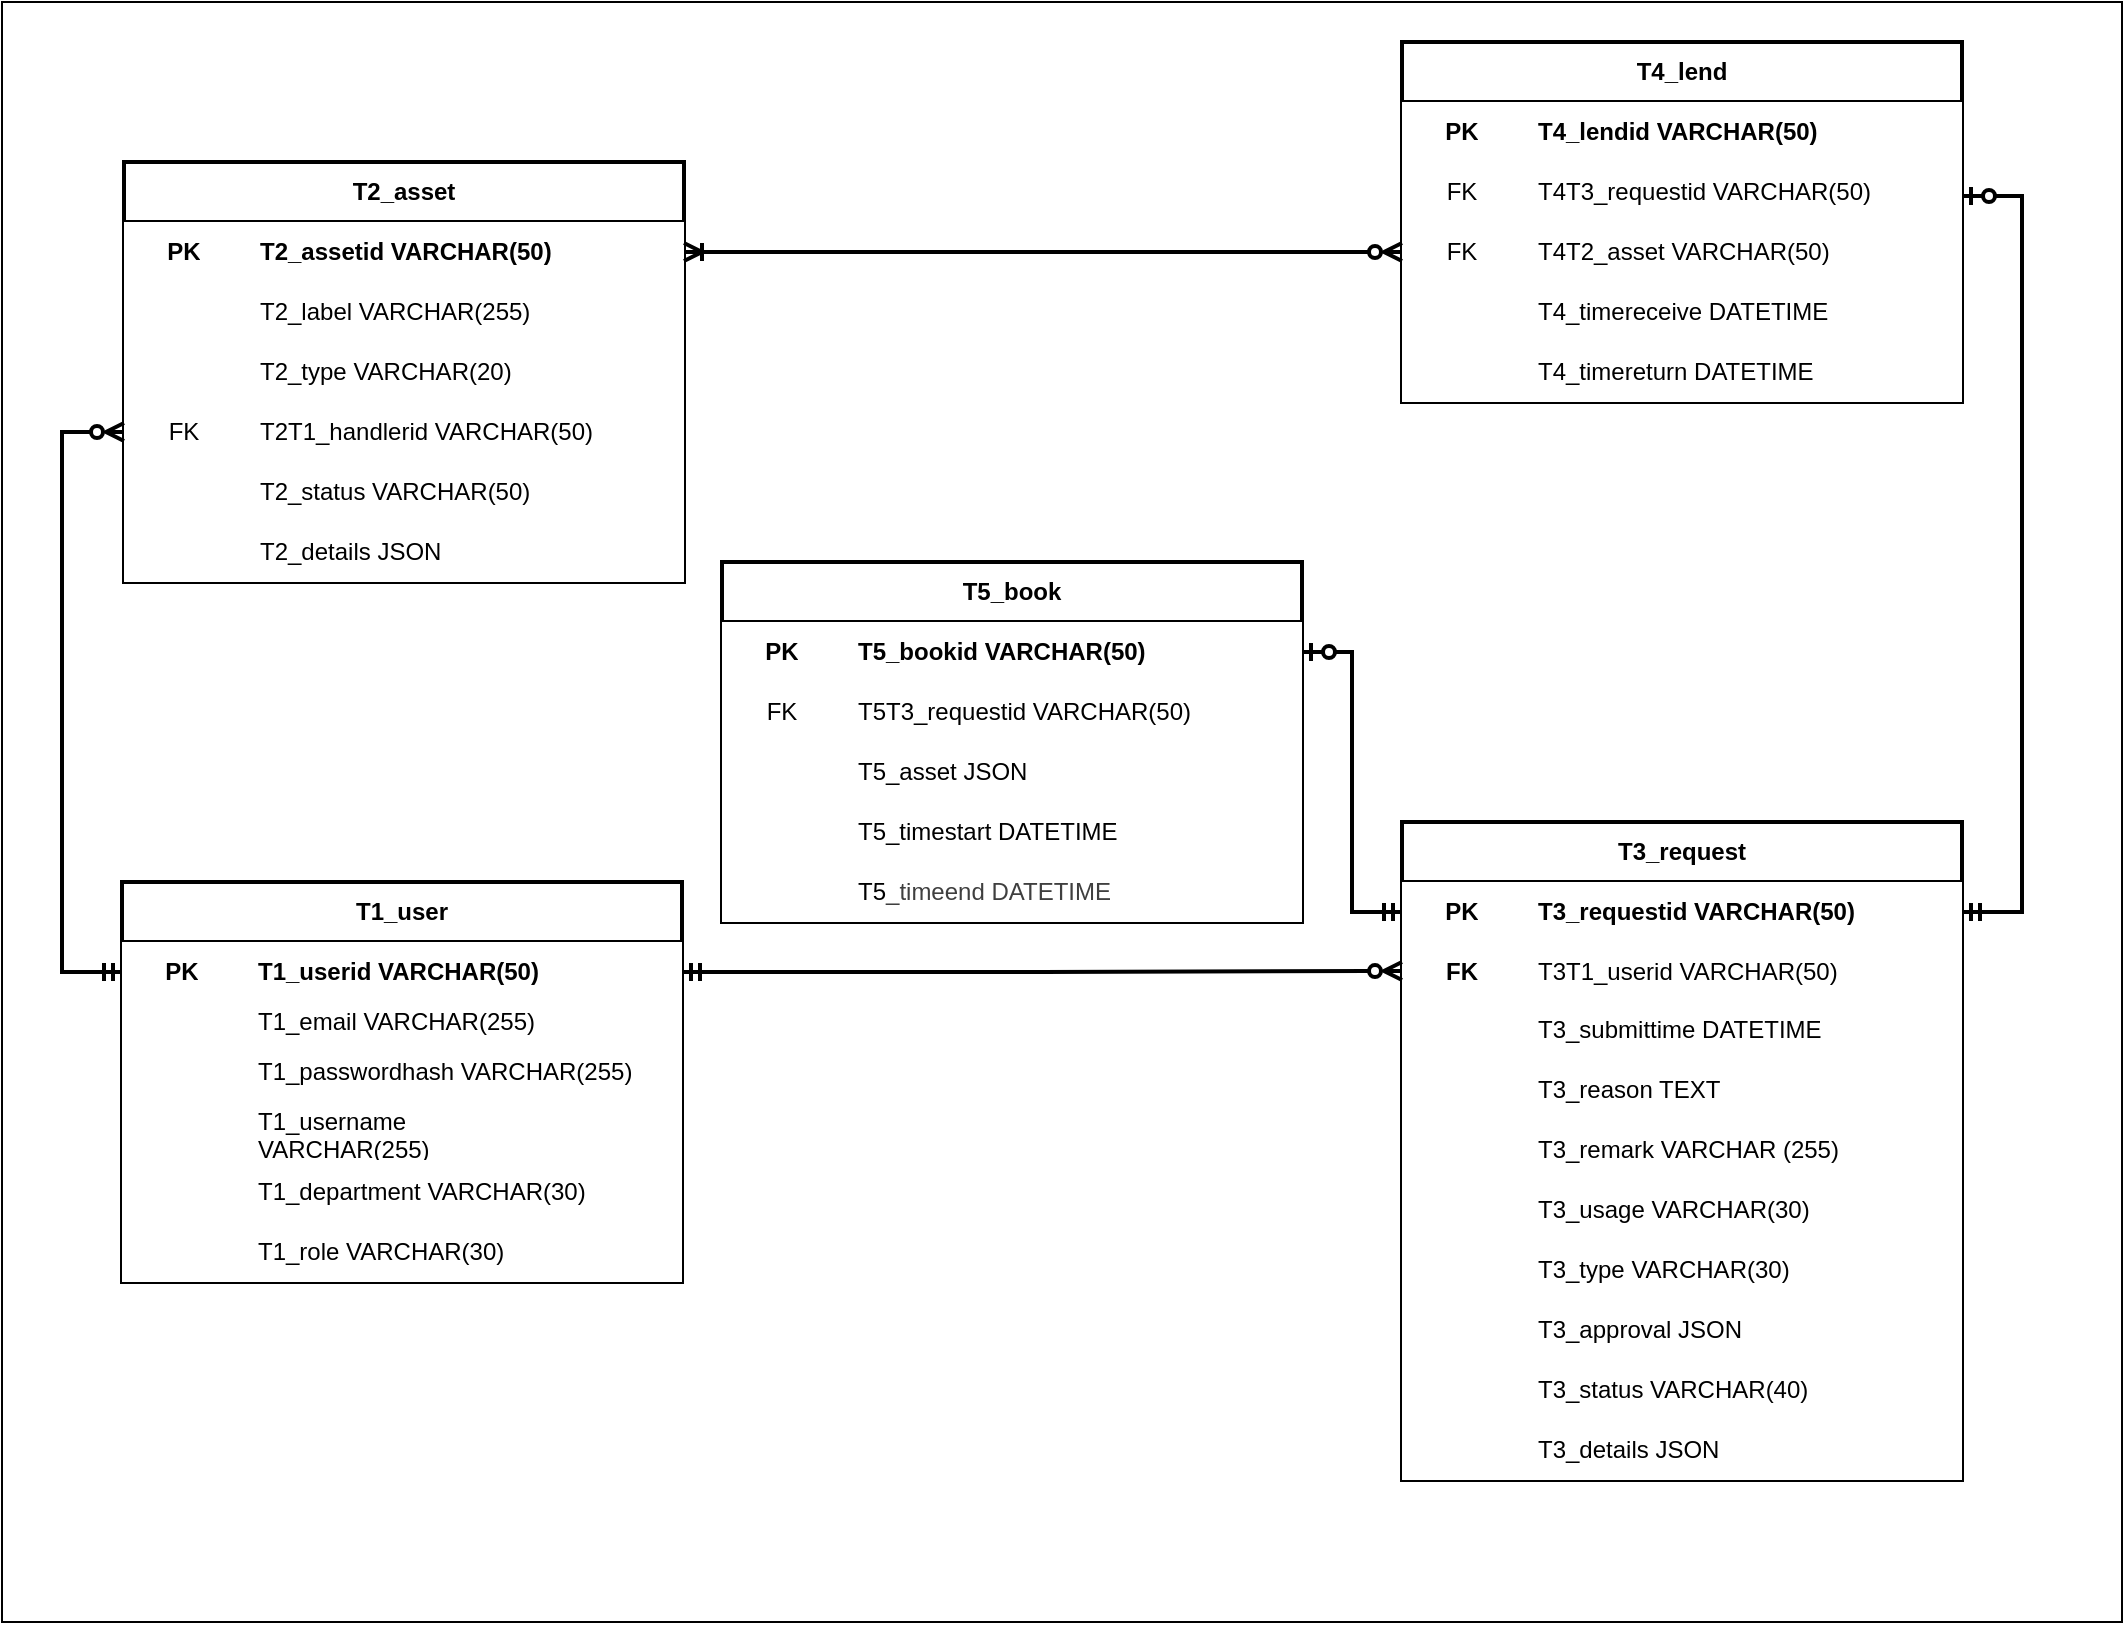
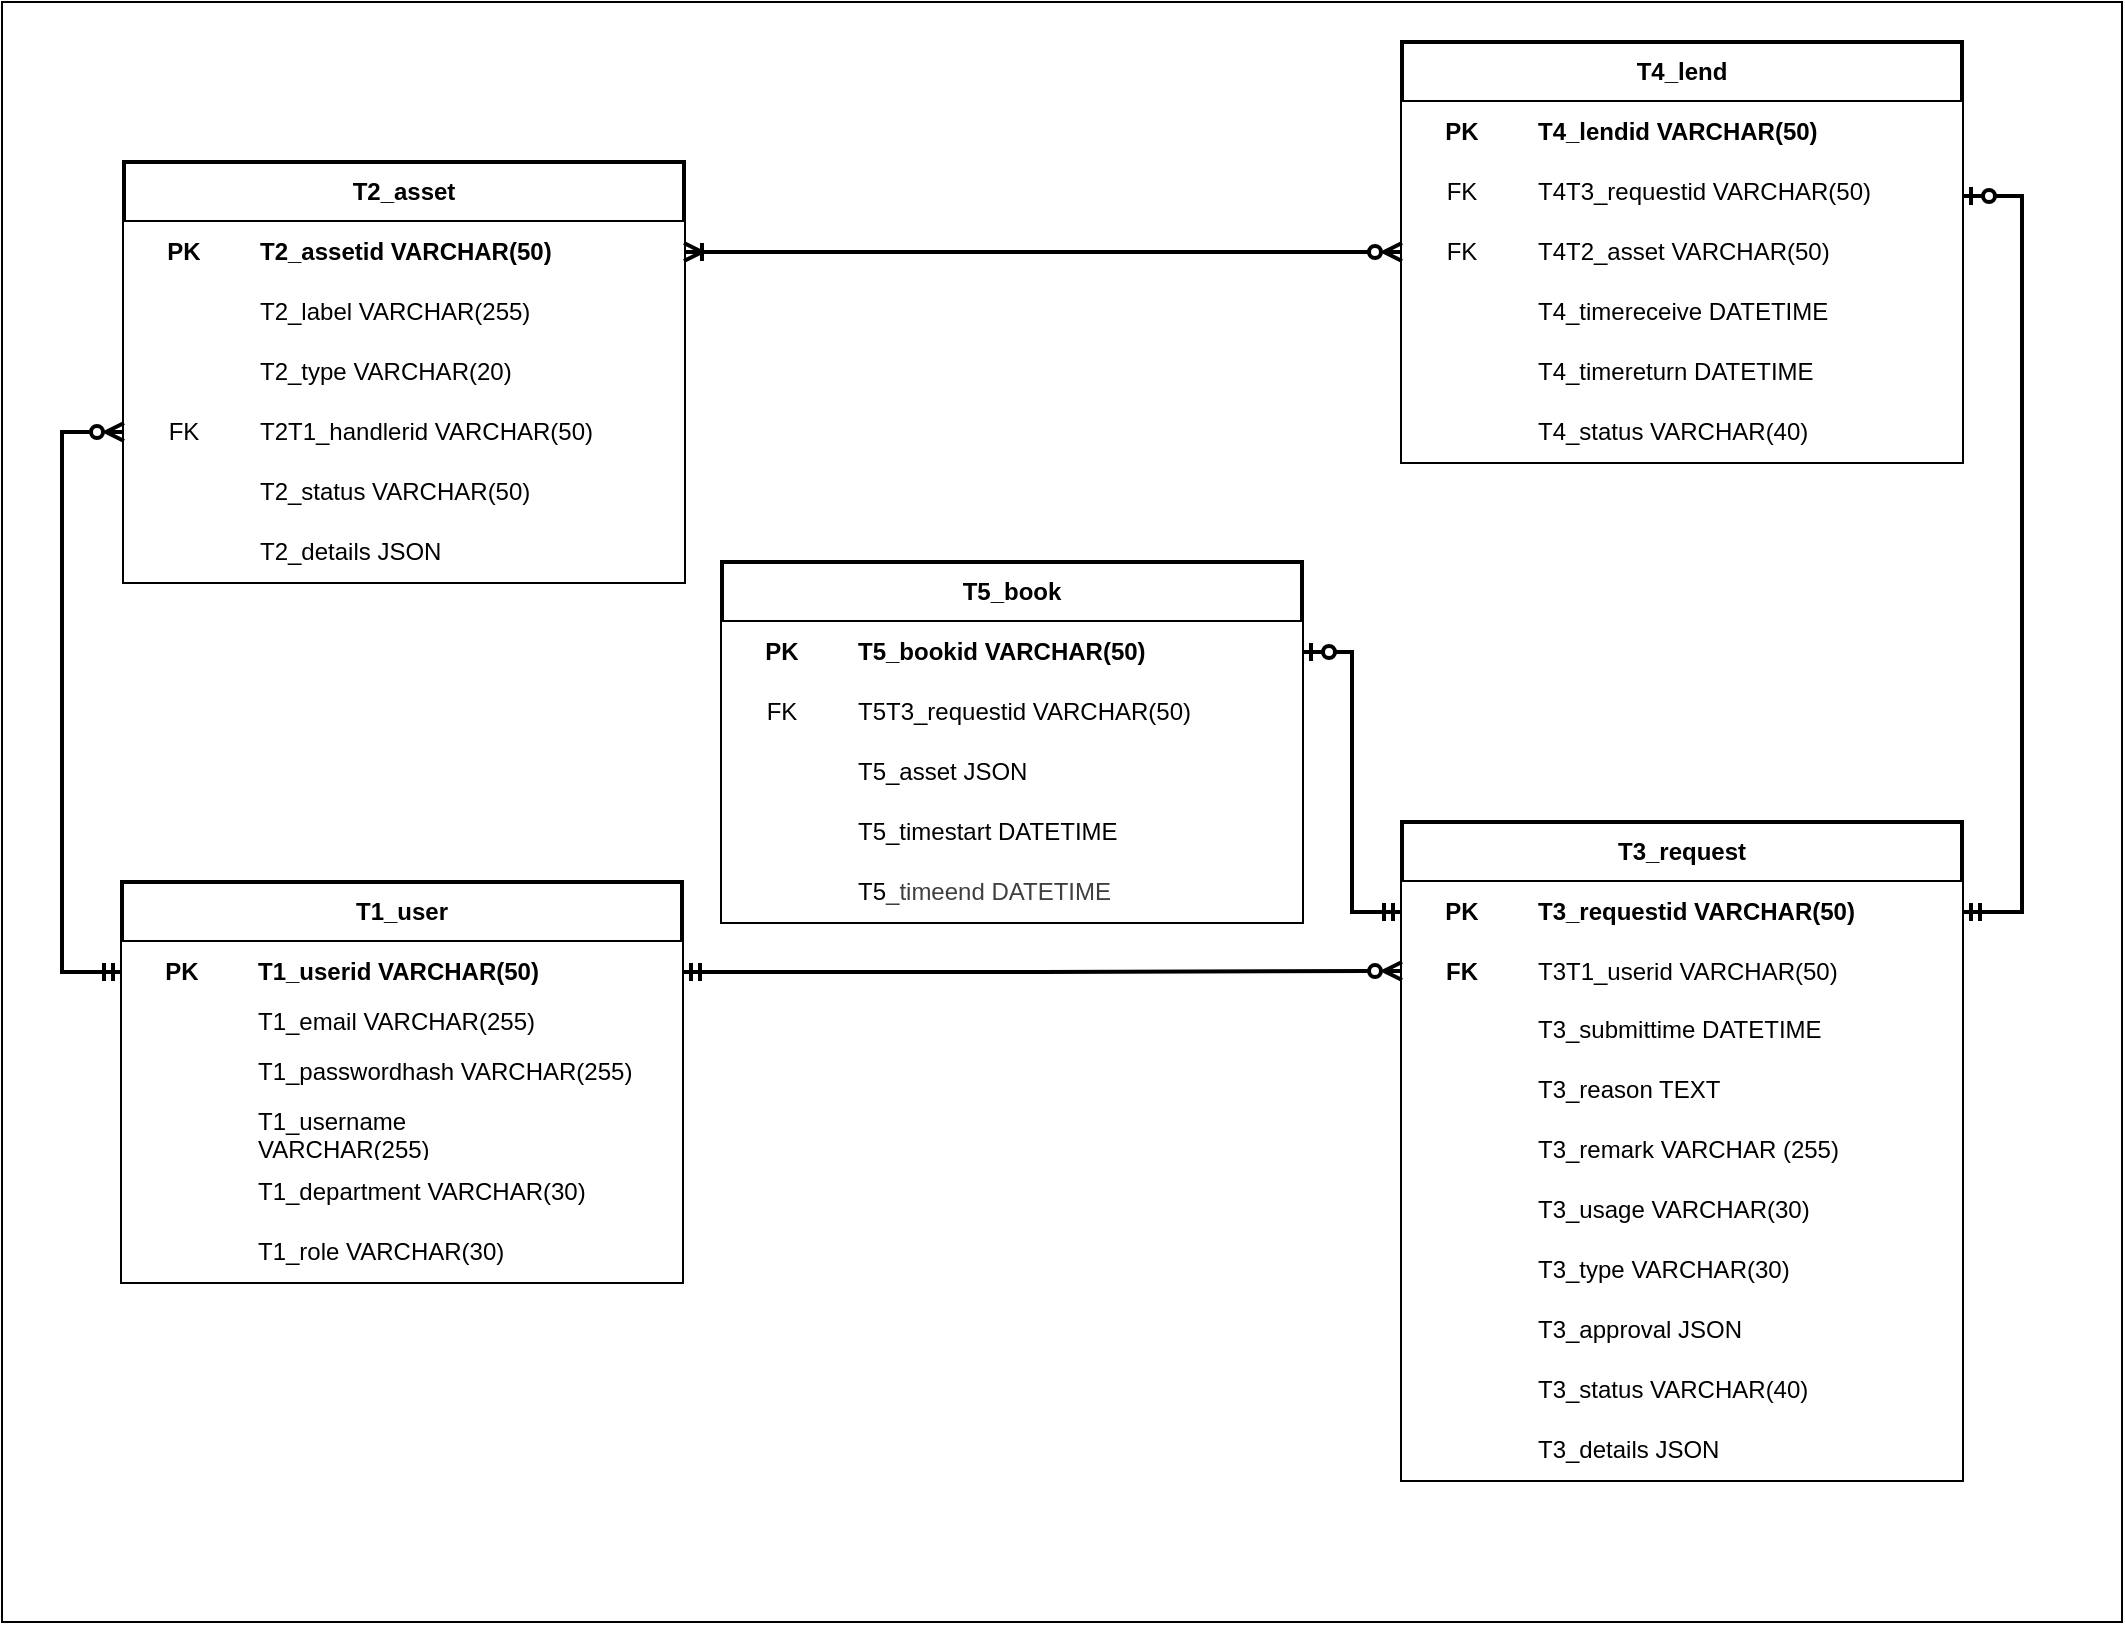
<mxfile host="65bd71144e">
    <diagram id="99jGwjI2mK34O7oxaWJw" name="Page-1">
        <mxGraphModel dx="478" dy="547" grid="1" gridSize="10" guides="1" tooltips="1" connect="1" arrows="1" fold="1" page="1" pageScale="1" pageWidth="827" pageHeight="1169" math="0" shadow="0">
            <root>
                <mxCell id="0"/>
                <mxCell id="1" parent="0"/>
                <mxCell id="160" value="" style="rounded=0;whiteSpace=wrap;html=1;" parent="1" vertex="1">
                    <mxGeometry x="160" y="90" width="1060" height="810" as="geometry"/>
                </mxCell>
                <mxCell id="18" value="T1_user" style="shape=table;startSize=30;container=1;collapsible=1;childLayout=tableLayout;fixedRows=1;rowLines=0;fontStyle=1;align=center;resizeLast=1;html=1;whiteSpace=wrap;fillColor=default;fillStyle=solid;swimlaneFillColor=none;strokeColor=default;perimeterSpacing=0;swimlaneLine=1;shadow=0;strokeWidth=2;labelBorderColor=none;labelBackgroundColor=none;" parent="1" vertex="1">
                    <mxGeometry x="220" y="530" width="280" height="200" as="geometry"/>
                </mxCell>
                <mxCell id="19" value="" style="shape=tableRow;horizontal=0;startSize=0;swimlaneHead=0;swimlaneBody=0;fillColor=default;collapsible=0;dropTarget=0;points=[[0,0.5],[1,0.5]];portConstraint=eastwest;top=0;left=0;right=0;bottom=0;html=1;labelBackgroundColor=none;labelBorderColor=none;swimlaneFillColor=none;" parent="18" vertex="1">
                    <mxGeometry y="30" width="280" height="30" as="geometry"/>
                </mxCell>
                <mxCell id="20" value="PK" style="shape=partialRectangle;connectable=0;fillColor=default;top=0;left=0;bottom=0;right=0;fontStyle=1;overflow=hidden;html=1;whiteSpace=wrap;labelBackgroundColor=none;labelBorderColor=none;swimlaneFillColor=none;" parent="19" vertex="1">
                    <mxGeometry width="60" height="30" as="geometry">
                        <mxRectangle width="60" height="30" as="alternateBounds"/>
                    </mxGeometry>
                </mxCell>
                <mxCell id="21" value="T1_userid VARCHAR(50)" style="shape=partialRectangle;connectable=0;fillColor=default;top=0;left=0;bottom=0;right=0;align=left;spacingLeft=6;fontStyle=1;overflow=hidden;html=1;whiteSpace=wrap;labelBackgroundColor=none;labelBorderColor=none;swimlaneFillColor=none;" parent="19" vertex="1">
                    <mxGeometry x="60" width="220" height="30" as="geometry">
                        <mxRectangle width="220" height="30" as="alternateBounds"/>
                    </mxGeometry>
                </mxCell>
                <mxCell id="22" value="" style="shape=tableRow;horizontal=0;startSize=0;swimlaneHead=0;swimlaneBody=0;fillColor=default;collapsible=0;dropTarget=0;points=[[0,0.5],[1,0.5]];portConstraint=eastwest;top=0;left=0;right=0;bottom=0;html=1;labelBackgroundColor=none;labelBorderColor=none;swimlaneFillColor=none;" parent="18" vertex="1">
                    <mxGeometry y="60" width="280" height="20" as="geometry"/>
                </mxCell>
                <mxCell id="23" value="" style="shape=partialRectangle;connectable=0;fillColor=default;top=0;left=0;bottom=0;right=0;fontStyle=1;overflow=hidden;html=1;whiteSpace=wrap;strokeWidth=1;shadow=0;strokeColor=default;perimeterSpacing=0;labelBackgroundColor=none;labelBorderColor=none;swimlaneFillColor=none;" parent="22" vertex="1">
                    <mxGeometry width="60" height="20" as="geometry">
                        <mxRectangle width="60" height="20" as="alternateBounds"/>
                    </mxGeometry>
                </mxCell>
                <mxCell id="24" value="T1_email VARCHAR(255)" style="shape=partialRectangle;connectable=0;fillColor=default;top=0;left=0;bottom=0;right=0;align=left;spacingLeft=6;fontStyle=0;overflow=hidden;html=1;whiteSpace=wrap;strokeWidth=1;shadow=0;perimeterSpacing=0;labelBackgroundColor=none;labelBorderColor=none;swimlaneFillColor=none;" parent="22" vertex="1">
                    <mxGeometry x="60" width="220" height="20" as="geometry">
                        <mxRectangle width="220" height="20" as="alternateBounds"/>
                    </mxGeometry>
                </mxCell>
                <mxCell id="25" value="" style="shape=tableRow;horizontal=0;startSize=0;swimlaneHead=0;swimlaneBody=0;fillColor=default;collapsible=0;dropTarget=0;points=[[0,0.5],[1,0.5]];portConstraint=eastwest;top=0;left=0;right=0;bottom=0;html=1;labelBackgroundColor=none;labelBorderColor=none;swimlaneFillColor=none;" parent="18" vertex="1">
                    <mxGeometry y="80" width="280" height="30" as="geometry"/>
                </mxCell>
                <mxCell id="26" value="" style="shape=partialRectangle;connectable=0;fillColor=default;top=0;left=0;bottom=0;right=0;editable=1;overflow=hidden;html=1;whiteSpace=wrap;labelBackgroundColor=none;labelBorderColor=none;swimlaneFillColor=none;" parent="25" vertex="1">
                    <mxGeometry width="60" height="30" as="geometry">
                        <mxRectangle width="60" height="30" as="alternateBounds"/>
                    </mxGeometry>
                </mxCell>
                <mxCell id="27" value="T1_passwordhash VARCHAR(255)" style="shape=partialRectangle;connectable=0;fillColor=default;top=0;left=0;bottom=0;right=0;align=left;spacingLeft=6;overflow=hidden;html=1;whiteSpace=wrap;labelBackgroundColor=none;labelBorderColor=none;swimlaneFillColor=none;" parent="25" vertex="1">
                    <mxGeometry x="60" width="220" height="30" as="geometry">
                        <mxRectangle width="220" height="30" as="alternateBounds"/>
                    </mxGeometry>
                </mxCell>
                <mxCell id="119" value="" style="shape=tableRow;horizontal=0;startSize=0;swimlaneHead=0;swimlaneBody=0;fillColor=default;collapsible=0;dropTarget=0;points=[[0,0.5],[1,0.5]];portConstraint=eastwest;top=0;left=0;right=0;bottom=0;html=1;labelBackgroundColor=none;labelBorderColor=none;swimlaneFillColor=none;" parent="18" vertex="1">
                    <mxGeometry y="110" width="280" height="30" as="geometry"/>
                </mxCell>
                <mxCell id="120" value="" style="shape=partialRectangle;connectable=0;fillColor=default;top=0;left=0;bottom=0;right=0;editable=1;overflow=hidden;html=1;whiteSpace=wrap;labelBackgroundColor=none;labelBorderColor=none;swimlaneFillColor=none;" parent="119" vertex="1">
                    <mxGeometry width="60" height="30" as="geometry">
                        <mxRectangle width="60" height="30" as="alternateBounds"/>
                    </mxGeometry>
                </mxCell>
                <mxCell id="121" value="T1_username VARCHAR(255)&lt;span style=&quot;white-space: pre;&quot;&gt;&#x9;&lt;/span&gt;&lt;span style=&quot;white-space: pre;&quot;&gt;&#x9;&lt;/span&gt;" style="shape=partialRectangle;connectable=0;fillColor=default;top=0;left=0;bottom=0;right=0;align=left;spacingLeft=6;overflow=hidden;html=1;whiteSpace=wrap;labelBackgroundColor=none;labelBorderColor=none;swimlaneFillColor=none;" parent="119" vertex="1">
                    <mxGeometry x="60" width="220" height="30" as="geometry">
                        <mxRectangle width="220" height="30" as="alternateBounds"/>
                    </mxGeometry>
                </mxCell>
                <mxCell id="122" value="" style="shape=tableRow;horizontal=0;startSize=0;swimlaneHead=0;swimlaneBody=0;fillColor=default;collapsible=0;dropTarget=0;points=[[0,0.5],[1,0.5]];portConstraint=eastwest;top=0;left=0;right=0;bottom=0;html=1;labelBackgroundColor=none;labelBorderColor=none;swimlaneFillColor=none;" parent="18" vertex="1">
                    <mxGeometry y="140" width="280" height="30" as="geometry"/>
                </mxCell>
                <mxCell id="123" value="" style="shape=partialRectangle;connectable=0;fillColor=default;top=0;left=0;bottom=0;right=0;editable=1;overflow=hidden;html=1;whiteSpace=wrap;labelBackgroundColor=none;labelBorderColor=none;swimlaneFillColor=none;" parent="122" vertex="1">
                    <mxGeometry width="60" height="30" as="geometry">
                        <mxRectangle width="60" height="30" as="alternateBounds"/>
                    </mxGeometry>
                </mxCell>
                <mxCell id="124" value="T1_department VARCHAR(30)" style="shape=partialRectangle;connectable=0;fillColor=default;top=0;left=0;bottom=0;right=0;align=left;spacingLeft=6;overflow=hidden;html=1;whiteSpace=wrap;labelBackgroundColor=none;labelBorderColor=none;swimlaneFillColor=none;" parent="122" vertex="1">
                    <mxGeometry x="60" width="220" height="30" as="geometry">
                        <mxRectangle width="220" height="30" as="alternateBounds"/>
                    </mxGeometry>
                </mxCell>
                <mxCell id="28" value="" style="shape=tableRow;horizontal=0;startSize=0;swimlaneHead=0;swimlaneBody=0;fillColor=default;collapsible=0;dropTarget=0;points=[[0,0.5],[1,0.5]];portConstraint=eastwest;top=0;left=0;right=0;bottom=0;html=1;labelBackgroundColor=none;labelBorderColor=none;swimlaneFillColor=none;" parent="18" vertex="1">
                    <mxGeometry y="170" width="280" height="30" as="geometry"/>
                </mxCell>
                <mxCell id="29" value="" style="shape=partialRectangle;connectable=0;fillColor=default;top=0;left=0;bottom=0;right=0;editable=1;overflow=hidden;html=1;whiteSpace=wrap;labelBackgroundColor=none;labelBorderColor=none;swimlaneFillColor=none;" parent="28" vertex="1">
                    <mxGeometry width="60" height="30" as="geometry">
                        <mxRectangle width="60" height="30" as="alternateBounds"/>
                    </mxGeometry>
                </mxCell>
                <mxCell id="30" value="T1_role VARCHAR(30)" style="shape=partialRectangle;connectable=0;fillColor=default;top=0;left=0;bottom=0;right=0;align=left;spacingLeft=6;overflow=hidden;html=1;whiteSpace=wrap;labelBackgroundColor=none;labelBorderColor=none;swimlaneFillColor=none;" parent="28" vertex="1">
                    <mxGeometry x="60" width="220" height="30" as="geometry">
                        <mxRectangle width="220" height="30" as="alternateBounds"/>
                    </mxGeometry>
                </mxCell>
                <mxCell id="34" value="T2_asset" style="shape=table;startSize=30;container=1;collapsible=1;childLayout=tableLayout;fixedRows=1;rowLines=0;fontStyle=1;align=center;resizeLast=1;html=1;whiteSpace=wrap;fillColor=default;fillStyle=solid;swimlaneFillColor=none;strokeColor=default;perimeterSpacing=0;swimlaneLine=1;shadow=0;strokeWidth=2;labelBorderColor=none;labelBackgroundColor=none;" parent="1" vertex="1">
                    <mxGeometry x="221" y="170" width="280" height="210" as="geometry"/>
                </mxCell>
                <mxCell id="35" value="" style="shape=tableRow;horizontal=0;startSize=0;swimlaneHead=0;swimlaneBody=0;fillColor=default;collapsible=0;dropTarget=0;points=[[0,0.5],[1,0.5]];portConstraint=eastwest;top=0;left=0;right=0;bottom=0;html=1;labelBackgroundColor=none;labelBorderColor=none;swimlaneFillColor=none;" parent="34" vertex="1">
                    <mxGeometry y="30" width="280" height="30" as="geometry"/>
                </mxCell>
                <mxCell id="36" value="PK" style="shape=partialRectangle;connectable=0;fillColor=default;top=0;left=0;bottom=0;right=0;fontStyle=1;overflow=hidden;html=1;whiteSpace=wrap;labelBackgroundColor=none;labelBorderColor=none;swimlaneFillColor=none;" parent="35" vertex="1">
                    <mxGeometry width="60" height="30" as="geometry">
                        <mxRectangle width="60" height="30" as="alternateBounds"/>
                    </mxGeometry>
                </mxCell>
                <mxCell id="37" value="T2_assetid VARCHAR(50)" style="shape=partialRectangle;connectable=0;fillColor=default;top=0;left=0;bottom=0;right=0;align=left;spacingLeft=6;fontStyle=1;overflow=hidden;html=1;whiteSpace=wrap;labelBackgroundColor=none;labelBorderColor=none;swimlaneFillColor=none;" parent="35" vertex="1">
                    <mxGeometry x="60" width="220" height="30" as="geometry">
                        <mxRectangle width="220" height="30" as="alternateBounds"/>
                    </mxGeometry>
                </mxCell>
                <mxCell id="38" value="" style="shape=tableRow;horizontal=0;startSize=0;swimlaneHead=0;swimlaneBody=0;fillColor=default;collapsible=0;dropTarget=0;points=[[0,0.5],[1,0.5]];portConstraint=eastwest;top=0;left=0;right=0;bottom=0;html=1;labelBackgroundColor=none;labelBorderColor=none;swimlaneFillColor=none;" parent="34" vertex="1">
                    <mxGeometry y="60" width="280" height="30" as="geometry"/>
                </mxCell>
                <mxCell id="39" value="" style="shape=partialRectangle;connectable=0;fillColor=default;top=0;left=0;bottom=0;right=0;fontStyle=1;overflow=hidden;html=1;whiteSpace=wrap;strokeWidth=1;shadow=0;strokeColor=default;perimeterSpacing=0;labelBackgroundColor=none;labelBorderColor=none;swimlaneFillColor=none;" parent="38" vertex="1">
                    <mxGeometry width="60" height="30" as="geometry">
                        <mxRectangle width="60" height="30" as="alternateBounds"/>
                    </mxGeometry>
                </mxCell>
                <mxCell id="40" value="T2_label VARCHAR(255)" style="shape=partialRectangle;connectable=0;fillColor=default;top=0;left=0;bottom=0;right=0;align=left;spacingLeft=6;fontStyle=0;overflow=hidden;html=1;whiteSpace=wrap;strokeWidth=1;shadow=0;perimeterSpacing=0;labelBackgroundColor=none;labelBorderColor=none;swimlaneFillColor=none;" parent="38" vertex="1">
                    <mxGeometry x="60" width="220" height="30" as="geometry">
                        <mxRectangle width="220" height="30" as="alternateBounds"/>
                    </mxGeometry>
                </mxCell>
                <mxCell id="66" value="" style="shape=tableRow;horizontal=0;startSize=0;swimlaneHead=0;swimlaneBody=0;fillColor=default;collapsible=0;dropTarget=0;points=[[0,0.5],[1,0.5]];portConstraint=eastwest;top=0;left=0;right=0;bottom=0;html=1;labelBackgroundColor=none;labelBorderColor=none;swimlaneFillColor=none;" parent="34" vertex="1">
                    <mxGeometry y="90" width="280" height="30" as="geometry"/>
                </mxCell>
                <mxCell id="67" value="" style="shape=partialRectangle;connectable=0;fillColor=default;top=0;left=0;bottom=0;right=0;fontStyle=1;overflow=hidden;html=1;whiteSpace=wrap;strokeWidth=1;shadow=0;strokeColor=default;perimeterSpacing=0;labelBackgroundColor=none;labelBorderColor=none;swimlaneFillColor=none;" parent="66" vertex="1">
                    <mxGeometry width="60" height="30" as="geometry">
                        <mxRectangle width="60" height="30" as="alternateBounds"/>
                    </mxGeometry>
                </mxCell>
                <mxCell id="68" value="T2_type VARCHAR(20)" style="shape=partialRectangle;connectable=0;fillColor=default;top=0;left=0;bottom=0;right=0;align=left;spacingLeft=6;fontStyle=0;overflow=hidden;html=1;whiteSpace=wrap;strokeWidth=1;shadow=0;perimeterSpacing=0;labelBackgroundColor=none;labelBorderColor=none;swimlaneFillColor=none;" parent="66" vertex="1">
                    <mxGeometry x="60" width="220" height="30" as="geometry">
                        <mxRectangle width="220" height="30" as="alternateBounds"/>
                    </mxGeometry>
                </mxCell>
                <mxCell id="60" value="" style="shape=tableRow;horizontal=0;startSize=0;swimlaneHead=0;swimlaneBody=0;fillColor=default;collapsible=0;dropTarget=0;points=[[0,0.5],[1,0.5]];portConstraint=eastwest;top=0;left=0;right=0;bottom=0;html=1;labelBackgroundColor=none;labelBorderColor=none;swimlaneFillColor=none;" parent="34" vertex="1">
                    <mxGeometry y="120" width="280" height="30" as="geometry"/>
                </mxCell>
                <mxCell id="61" value="FK" style="shape=partialRectangle;connectable=0;fillColor=default;top=0;left=0;bottom=0;right=0;editable=1;overflow=hidden;html=1;whiteSpace=wrap;labelBackgroundColor=none;labelBorderColor=none;swimlaneFillColor=none;" parent="60" vertex="1">
                    <mxGeometry width="60" height="30" as="geometry">
                        <mxRectangle width="60" height="30" as="alternateBounds"/>
                    </mxGeometry>
                </mxCell>
                <mxCell id="62" value="T2T1_handlerid VARCHAR(50)" style="shape=partialRectangle;connectable=0;fillColor=default;top=0;left=0;bottom=0;right=0;align=left;spacingLeft=6;overflow=hidden;html=1;whiteSpace=wrap;labelBackgroundColor=none;labelBorderColor=none;swimlaneFillColor=none;" parent="60" vertex="1">
                    <mxGeometry x="60" width="220" height="30" as="geometry">
                        <mxRectangle width="220" height="30" as="alternateBounds"/>
                    </mxGeometry>
                </mxCell>
                <mxCell id="69" value="" style="shape=tableRow;horizontal=0;startSize=0;swimlaneHead=0;swimlaneBody=0;fillColor=default;collapsible=0;dropTarget=0;points=[[0,0.5],[1,0.5]];portConstraint=eastwest;top=0;left=0;right=0;bottom=0;html=1;labelBackgroundColor=none;labelBorderColor=none;swimlaneFillColor=none;" parent="34" vertex="1">
                    <mxGeometry y="150" width="280" height="30" as="geometry"/>
                </mxCell>
                <mxCell id="70" value="" style="shape=partialRectangle;connectable=0;fillColor=default;top=0;left=0;bottom=0;right=0;editable=1;overflow=hidden;html=1;whiteSpace=wrap;labelBackgroundColor=none;labelBorderColor=none;swimlaneFillColor=none;" parent="69" vertex="1">
                    <mxGeometry width="60" height="30" as="geometry">
                        <mxRectangle width="60" height="30" as="alternateBounds"/>
                    </mxGeometry>
                </mxCell>
                <mxCell id="71" value="T2_status VARCHAR(50)" style="shape=partialRectangle;connectable=0;fillColor=default;top=0;left=0;bottom=0;right=0;align=left;spacingLeft=6;overflow=hidden;html=1;whiteSpace=wrap;labelBackgroundColor=none;labelBorderColor=none;swimlaneFillColor=none;" parent="69" vertex="1">
                    <mxGeometry x="60" width="220" height="30" as="geometry">
                        <mxRectangle width="220" height="30" as="alternateBounds"/>
                    </mxGeometry>
                </mxCell>
                <mxCell id="153" value="" style="shape=tableRow;horizontal=0;startSize=0;swimlaneHead=0;swimlaneBody=0;fillColor=default;collapsible=0;dropTarget=0;points=[[0,0.5],[1,0.5]];portConstraint=eastwest;top=0;left=0;right=0;bottom=0;html=1;labelBackgroundColor=none;labelBorderColor=none;swimlaneFillColor=none;" parent="34" vertex="1">
                    <mxGeometry y="180" width="280" height="30" as="geometry"/>
                </mxCell>
                <mxCell id="154" value="" style="shape=partialRectangle;connectable=0;fillColor=default;top=0;left=0;bottom=0;right=0;editable=1;overflow=hidden;html=1;whiteSpace=wrap;labelBackgroundColor=none;labelBorderColor=none;swimlaneFillColor=none;" parent="153" vertex="1">
                    <mxGeometry width="60" height="30" as="geometry">
                        <mxRectangle width="60" height="30" as="alternateBounds"/>
                    </mxGeometry>
                </mxCell>
                <mxCell id="155" value="T2_details JSON" style="shape=partialRectangle;connectable=0;fillColor=default;top=0;left=0;bottom=0;right=0;align=left;spacingLeft=6;overflow=hidden;html=1;whiteSpace=wrap;labelBackgroundColor=none;labelBorderColor=none;swimlaneFillColor=none;" parent="153" vertex="1">
                    <mxGeometry x="60" width="220" height="30" as="geometry">
                        <mxRectangle width="220" height="30" as="alternateBounds"/>
                    </mxGeometry>
                </mxCell>
                <mxCell id="72" value="T3_request" style="shape=table;startSize=30;container=1;collapsible=1;childLayout=tableLayout;fixedRows=1;rowLines=0;fontStyle=1;align=center;resizeLast=1;html=1;whiteSpace=wrap;fillColor=default;fillStyle=solid;swimlaneFillColor=none;strokeColor=default;perimeterSpacing=0;swimlaneLine=1;shadow=0;strokeWidth=2;labelBorderColor=none;labelBackgroundColor=none;" parent="1" vertex="1">
                    <mxGeometry x="860" y="500" width="280" height="329" as="geometry"/>
                </mxCell>
                <mxCell id="73" value="" style="shape=tableRow;horizontal=0;startSize=0;swimlaneHead=0;swimlaneBody=0;fillColor=default;collapsible=0;dropTarget=0;points=[[0,0.5],[1,0.5]];portConstraint=eastwest;top=0;left=0;right=0;bottom=0;html=1;labelBackgroundColor=none;labelBorderColor=none;swimlaneFillColor=none;" parent="72" vertex="1">
                    <mxGeometry y="30" width="280" height="30" as="geometry"/>
                </mxCell>
                <mxCell id="74" value="PK" style="shape=partialRectangle;connectable=0;fillColor=default;top=0;left=0;bottom=0;right=0;fontStyle=1;overflow=hidden;html=1;whiteSpace=wrap;labelBackgroundColor=none;labelBorderColor=none;swimlaneFillColor=none;" parent="73" vertex="1">
                    <mxGeometry width="60" height="30" as="geometry">
                        <mxRectangle width="60" height="30" as="alternateBounds"/>
                    </mxGeometry>
                </mxCell>
                <mxCell id="75" value="T3_requestid VARCHAR(50)" style="shape=partialRectangle;connectable=0;fillColor=default;top=0;left=0;bottom=0;right=0;align=left;spacingLeft=6;fontStyle=1;overflow=hidden;html=1;whiteSpace=wrap;labelBackgroundColor=none;labelBorderColor=none;swimlaneFillColor=none;" parent="73" vertex="1">
                    <mxGeometry x="60" width="220" height="30" as="geometry">
                        <mxRectangle width="220" height="30" as="alternateBounds"/>
                    </mxGeometry>
                </mxCell>
                <mxCell id="76" value="" style="shape=tableRow;horizontal=0;startSize=0;swimlaneHead=0;swimlaneBody=0;fillColor=default;collapsible=0;dropTarget=0;points=[[0,0.5],[1,0.5]];portConstraint=eastwest;top=0;left=0;right=0;bottom=0;html=1;labelBackgroundColor=none;labelBorderColor=none;swimlaneFillColor=none;" parent="72" vertex="1">
                    <mxGeometry y="60" width="280" height="29" as="geometry"/>
                </mxCell>
                <mxCell id="77" value="FK" style="shape=partialRectangle;connectable=0;fillColor=default;top=0;left=0;bottom=0;right=0;fontStyle=1;overflow=hidden;html=1;whiteSpace=wrap;strokeWidth=1;shadow=0;strokeColor=default;perimeterSpacing=0;labelBackgroundColor=none;labelBorderColor=none;swimlaneFillColor=none;" parent="76" vertex="1">
                    <mxGeometry width="60" height="29" as="geometry">
                        <mxRectangle width="60" height="29" as="alternateBounds"/>
                    </mxGeometry>
                </mxCell>
                <mxCell id="78" value="T3T1_userid VARCHAR(50)" style="shape=partialRectangle;connectable=0;fillColor=default;top=0;left=0;bottom=0;right=0;align=left;spacingLeft=6;fontStyle=0;overflow=hidden;html=1;whiteSpace=wrap;strokeWidth=1;shadow=0;perimeterSpacing=0;labelBackgroundColor=none;labelBorderColor=none;swimlaneFillColor=none;" parent="76" vertex="1">
                    <mxGeometry x="60" width="220" height="29" as="geometry">
                        <mxRectangle width="220" height="29" as="alternateBounds"/>
                    </mxGeometry>
                </mxCell>
                <mxCell id="79" value="" style="shape=tableRow;horizontal=0;startSize=0;swimlaneHead=0;swimlaneBody=0;fillColor=default;collapsible=0;dropTarget=0;points=[[0,0.5],[1,0.5]];portConstraint=eastwest;top=0;left=0;right=0;bottom=0;html=1;labelBackgroundColor=none;labelBorderColor=none;swimlaneFillColor=none;" parent="72" vertex="1">
                    <mxGeometry y="89" width="280" height="30" as="geometry"/>
                </mxCell>
                <mxCell id="80" value="" style="shape=partialRectangle;connectable=0;fillColor=default;top=0;left=0;bottom=0;right=0;editable=1;overflow=hidden;html=1;whiteSpace=wrap;labelBackgroundColor=none;labelBorderColor=none;swimlaneFillColor=none;" parent="79" vertex="1">
                    <mxGeometry width="60" height="30" as="geometry">
                        <mxRectangle width="60" height="30" as="alternateBounds"/>
                    </mxGeometry>
                </mxCell>
                <mxCell id="81" value="T3_submittime DATETIME" style="shape=partialRectangle;connectable=0;fillColor=default;top=0;left=0;bottom=0;right=0;align=left;spacingLeft=6;overflow=hidden;html=1;whiteSpace=wrap;labelBackgroundColor=none;labelBorderColor=none;swimlaneFillColor=none;" parent="79" vertex="1">
                    <mxGeometry x="60" width="220" height="30" as="geometry">
                        <mxRectangle width="220" height="30" as="alternateBounds"/>
                    </mxGeometry>
                </mxCell>
                <mxCell id="128" value="" style="shape=tableRow;horizontal=0;startSize=0;swimlaneHead=0;swimlaneBody=0;fillColor=default;collapsible=0;dropTarget=0;points=[[0,0.5],[1,0.5]];portConstraint=eastwest;top=0;left=0;right=0;bottom=0;html=1;labelBackgroundColor=none;labelBorderColor=none;swimlaneFillColor=none;" parent="72" vertex="1">
                    <mxGeometry y="119" width="280" height="30" as="geometry"/>
                </mxCell>
                <mxCell id="129" value="" style="shape=partialRectangle;connectable=0;fillColor=default;top=0;left=0;bottom=0;right=0;editable=1;overflow=hidden;html=1;whiteSpace=wrap;labelBackgroundColor=none;labelBorderColor=none;swimlaneFillColor=none;" parent="128" vertex="1">
                    <mxGeometry width="60" height="30" as="geometry">
                        <mxRectangle width="60" height="30" as="alternateBounds"/>
                    </mxGeometry>
                </mxCell>
                <mxCell id="130" value="T3_reason TEXT" style="shape=partialRectangle;connectable=0;fillColor=default;top=0;left=0;bottom=0;right=0;align=left;spacingLeft=6;overflow=hidden;html=1;whiteSpace=wrap;labelBackgroundColor=none;labelBorderColor=none;swimlaneFillColor=none;" parent="128" vertex="1">
                    <mxGeometry x="60" width="220" height="30" as="geometry">
                        <mxRectangle width="220" height="30" as="alternateBounds"/>
                    </mxGeometry>
                </mxCell>
                <mxCell id="131" value="" style="shape=tableRow;horizontal=0;startSize=0;swimlaneHead=0;swimlaneBody=0;fillColor=default;collapsible=0;dropTarget=0;points=[[0,0.5],[1,0.5]];portConstraint=eastwest;top=0;left=0;right=0;bottom=0;html=1;labelBackgroundColor=none;labelBorderColor=none;swimlaneFillColor=none;" parent="72" vertex="1">
                    <mxGeometry y="149" width="280" height="30" as="geometry"/>
                </mxCell>
                <mxCell id="132" value="" style="shape=partialRectangle;connectable=0;fillColor=default;top=0;left=0;bottom=0;right=0;editable=1;overflow=hidden;html=1;whiteSpace=wrap;labelBackgroundColor=none;labelBorderColor=none;swimlaneFillColor=none;" parent="131" vertex="1">
                    <mxGeometry width="60" height="30" as="geometry">
                        <mxRectangle width="60" height="30" as="alternateBounds"/>
                    </mxGeometry>
                </mxCell>
                <mxCell id="133" value="T3_remark VARCHAR (255)" style="shape=partialRectangle;connectable=0;fillColor=default;top=0;left=0;bottom=0;right=0;align=left;spacingLeft=6;overflow=hidden;html=1;whiteSpace=wrap;labelBackgroundColor=none;labelBorderColor=none;swimlaneFillColor=none;" parent="131" vertex="1">
                    <mxGeometry x="60" width="220" height="30" as="geometry">
                        <mxRectangle width="220" height="30" as="alternateBounds"/>
                    </mxGeometry>
                </mxCell>
                <mxCell id="134" value="" style="shape=tableRow;horizontal=0;startSize=0;swimlaneHead=0;swimlaneBody=0;fillColor=default;collapsible=0;dropTarget=0;points=[[0,0.5],[1,0.5]];portConstraint=eastwest;top=0;left=0;right=0;bottom=0;html=1;labelBackgroundColor=none;labelBorderColor=none;swimlaneFillColor=none;" parent="72" vertex="1">
                    <mxGeometry y="179" width="280" height="30" as="geometry"/>
                </mxCell>
                <mxCell id="135" value="" style="shape=partialRectangle;connectable=0;fillColor=default;top=0;left=0;bottom=0;right=0;editable=1;overflow=hidden;html=1;whiteSpace=wrap;labelBackgroundColor=none;labelBorderColor=none;swimlaneFillColor=none;" parent="134" vertex="1">
                    <mxGeometry width="60" height="30" as="geometry">
                        <mxRectangle width="60" height="30" as="alternateBounds"/>
                    </mxGeometry>
                </mxCell>
                <mxCell id="136" value="T3_usage VARCHAR(30)" style="shape=partialRectangle;connectable=0;fillColor=default;top=0;left=0;bottom=0;right=0;align=left;spacingLeft=6;overflow=hidden;html=1;whiteSpace=wrap;labelBackgroundColor=none;labelBorderColor=none;swimlaneFillColor=none;" parent="134" vertex="1">
                    <mxGeometry x="60" width="220" height="30" as="geometry">
                        <mxRectangle width="220" height="30" as="alternateBounds"/>
                    </mxGeometry>
                </mxCell>
                <mxCell id="137" value="" style="shape=tableRow;horizontal=0;startSize=0;swimlaneHead=0;swimlaneBody=0;fillColor=default;collapsible=0;dropTarget=0;points=[[0,0.5],[1,0.5]];portConstraint=eastwest;top=0;left=0;right=0;bottom=0;html=1;labelBackgroundColor=none;labelBorderColor=none;swimlaneFillColor=none;" parent="72" vertex="1">
                    <mxGeometry y="209" width="280" height="30" as="geometry"/>
                </mxCell>
                <mxCell id="138" value="" style="shape=partialRectangle;connectable=0;fillColor=default;top=0;left=0;bottom=0;right=0;editable=1;overflow=hidden;html=1;whiteSpace=wrap;labelBackgroundColor=none;labelBorderColor=none;swimlaneFillColor=none;" parent="137" vertex="1">
                    <mxGeometry width="60" height="30" as="geometry">
                        <mxRectangle width="60" height="30" as="alternateBounds"/>
                    </mxGeometry>
                </mxCell>
                <mxCell id="139" value="T3_type VARCHAR(30)" style="shape=partialRectangle;connectable=0;fillColor=default;top=0;left=0;bottom=0;right=0;align=left;spacingLeft=6;overflow=hidden;html=1;whiteSpace=wrap;labelBackgroundColor=none;labelBorderColor=none;swimlaneFillColor=none;" parent="137" vertex="1">
                    <mxGeometry x="60" width="220" height="30" as="geometry">
                        <mxRectangle width="220" height="30" as="alternateBounds"/>
                    </mxGeometry>
                </mxCell>
                <mxCell id="82" value="" style="shape=tableRow;horizontal=0;startSize=0;swimlaneHead=0;swimlaneBody=0;fillColor=default;collapsible=0;dropTarget=0;points=[[0,0.5],[1,0.5]];portConstraint=eastwest;top=0;left=0;right=0;bottom=0;html=1;labelBackgroundColor=none;labelBorderColor=none;swimlaneFillColor=none;" parent="72" vertex="1">
                    <mxGeometry y="239" width="280" height="30" as="geometry"/>
                </mxCell>
                <mxCell id="83" value="" style="shape=partialRectangle;connectable=0;fillColor=default;top=0;left=0;bottom=0;right=0;editable=1;overflow=hidden;html=1;whiteSpace=wrap;labelBackgroundColor=none;labelBorderColor=none;swimlaneFillColor=none;" parent="82" vertex="1">
                    <mxGeometry width="60" height="30" as="geometry">
                        <mxRectangle width="60" height="30" as="alternateBounds"/>
                    </mxGeometry>
                </mxCell>
                <mxCell id="84" value="T3_approval JSON" style="shape=partialRectangle;connectable=0;fillColor=default;top=0;left=0;bottom=0;right=0;align=left;spacingLeft=6;overflow=hidden;html=1;whiteSpace=wrap;labelBackgroundColor=none;labelBorderColor=none;swimlaneFillColor=none;" parent="82" vertex="1">
                    <mxGeometry x="60" width="220" height="30" as="geometry">
                        <mxRectangle width="220" height="30" as="alternateBounds"/>
                    </mxGeometry>
                </mxCell>
                <mxCell id="88" value="" style="shape=tableRow;horizontal=0;startSize=0;swimlaneHead=0;swimlaneBody=0;fillColor=default;collapsible=0;dropTarget=0;points=[[0,0.5],[1,0.5]];portConstraint=eastwest;top=0;left=0;right=0;bottom=0;html=1;labelBackgroundColor=none;labelBorderColor=none;swimlaneFillColor=none;" parent="72" vertex="1">
                    <mxGeometry y="269" width="280" height="30" as="geometry"/>
                </mxCell>
                <mxCell id="89" value="" style="shape=partialRectangle;connectable=0;fillColor=default;top=0;left=0;bottom=0;right=0;editable=1;overflow=hidden;html=1;whiteSpace=wrap;labelBackgroundColor=none;labelBorderColor=none;swimlaneFillColor=none;" parent="88" vertex="1">
                    <mxGeometry width="60" height="30" as="geometry">
                        <mxRectangle width="60" height="30" as="alternateBounds"/>
                    </mxGeometry>
                </mxCell>
                <mxCell id="90" value="T3_status VARCHAR(40)" style="shape=partialRectangle;connectable=0;fillColor=default;top=0;left=0;bottom=0;right=0;align=left;spacingLeft=6;overflow=hidden;html=1;whiteSpace=wrap;labelBackgroundColor=none;labelBorderColor=none;swimlaneFillColor=none;" parent="88" vertex="1">
                    <mxGeometry x="60" width="220" height="30" as="geometry">
                        <mxRectangle width="220" height="30" as="alternateBounds"/>
                    </mxGeometry>
                </mxCell>
                <mxCell id="85" value="" style="shape=tableRow;horizontal=0;startSize=0;swimlaneHead=0;swimlaneBody=0;fillColor=default;collapsible=0;dropTarget=0;points=[[0,0.5],[1,0.5]];portConstraint=eastwest;top=0;left=0;right=0;bottom=0;html=1;labelBackgroundColor=none;labelBorderColor=none;swimlaneFillColor=none;" parent="72" vertex="1">
                    <mxGeometry y="299" width="280" height="30" as="geometry"/>
                </mxCell>
                <mxCell id="86" value="" style="shape=partialRectangle;connectable=0;fillColor=default;top=0;left=0;bottom=0;right=0;editable=1;overflow=hidden;html=1;whiteSpace=wrap;labelBackgroundColor=none;labelBorderColor=none;swimlaneFillColor=none;" parent="85" vertex="1">
                    <mxGeometry width="60" height="30" as="geometry">
                        <mxRectangle width="60" height="30" as="alternateBounds"/>
                    </mxGeometry>
                </mxCell>
                <mxCell id="87" value="T3_details JSON" style="shape=partialRectangle;connectable=0;fillColor=default;top=0;left=0;bottom=0;right=0;align=left;spacingLeft=6;overflow=hidden;html=1;whiteSpace=wrap;labelBackgroundColor=none;labelBorderColor=none;swimlaneFillColor=none;" parent="85" vertex="1">
                    <mxGeometry x="60" width="220" height="30" as="geometry">
                        <mxRectangle width="220" height="30" as="alternateBounds"/>
                    </mxGeometry>
                </mxCell>
                <mxCell id="161" value="T4_lend" style="shape=table;startSize=30;container=1;collapsible=1;childLayout=tableLayout;fixedRows=1;rowLines=0;fontStyle=1;align=center;resizeLast=1;html=1;whiteSpace=wrap;fillColor=default;fillStyle=solid;swimlaneFillColor=none;strokeColor=default;perimeterSpacing=0;swimlaneLine=1;shadow=0;strokeWidth=2;labelBorderColor=none;labelBackgroundColor=none;" parent="1" vertex="1">
-                     <mxGeometry x="860" y="110" width="280" height="180" as="geometry"/>
+                     <mxGeometry x="860" y="110" width="280" height="210" as="geometry"/>
                </mxCell>
                <mxCell id="162" value="" style="shape=tableRow;horizontal=0;startSize=0;swimlaneHead=0;swimlaneBody=0;fillColor=default;collapsible=0;dropTarget=0;points=[[0,0.5],[1,0.5]];portConstraint=eastwest;top=0;left=0;right=0;bottom=0;html=1;labelBackgroundColor=none;labelBorderColor=none;swimlaneFillColor=none;" parent="161" vertex="1">
                    <mxGeometry y="30" width="280" height="30" as="geometry"/>
                </mxCell>
                <mxCell id="163" value="PK" style="shape=partialRectangle;connectable=0;fillColor=default;top=0;left=0;bottom=0;right=0;fontStyle=1;overflow=hidden;html=1;whiteSpace=wrap;labelBackgroundColor=none;labelBorderColor=none;swimlaneFillColor=none;" parent="162" vertex="1">
                    <mxGeometry width="60" height="30" as="geometry">
                        <mxRectangle width="60" height="30" as="alternateBounds"/>
                    </mxGeometry>
                </mxCell>
                <mxCell id="164" value="T4_lendid VARCHAR(50)" style="shape=partialRectangle;connectable=0;fillColor=default;top=0;left=0;bottom=0;right=0;align=left;spacingLeft=6;fontStyle=1;overflow=hidden;html=1;whiteSpace=wrap;labelBackgroundColor=none;labelBorderColor=none;swimlaneFillColor=none;" parent="162" vertex="1">
                    <mxGeometry x="60" width="220" height="30" as="geometry">
                        <mxRectangle width="220" height="30" as="alternateBounds"/>
                    </mxGeometry>
                </mxCell>
                <mxCell id="201" value="" style="shape=tableRow;horizontal=0;startSize=0;swimlaneHead=0;swimlaneBody=0;fillColor=default;collapsible=0;dropTarget=0;points=[[0,0.5],[1,0.5]];portConstraint=eastwest;top=0;left=0;right=0;bottom=0;html=1;labelBackgroundColor=none;labelBorderColor=none;swimlaneFillColor=none;" parent="161" vertex="1">
                    <mxGeometry y="60" width="280" height="30" as="geometry"/>
                </mxCell>
                <mxCell id="202" value="FK" style="shape=partialRectangle;connectable=0;fillColor=default;top=0;left=0;bottom=0;right=0;editable=1;overflow=hidden;html=1;whiteSpace=wrap;labelBackgroundColor=none;labelBorderColor=none;swimlaneFillColor=none;" parent="201" vertex="1">
                    <mxGeometry width="60" height="30" as="geometry">
                        <mxRectangle width="60" height="30" as="alternateBounds"/>
                    </mxGeometry>
                </mxCell>
                <mxCell id="203" value="T4T3_requestid VARCHAR(50)" style="shape=partialRectangle;connectable=0;fillColor=default;top=0;left=0;bottom=0;right=0;align=left;spacingLeft=6;overflow=hidden;html=1;whiteSpace=wrap;labelBackgroundColor=none;labelBorderColor=none;swimlaneFillColor=none;" parent="201" vertex="1">
                    <mxGeometry x="60" width="220" height="30" as="geometry">
                        <mxRectangle width="220" height="30" as="alternateBounds"/>
                    </mxGeometry>
                </mxCell>
                <mxCell id="165" value="" style="shape=tableRow;horizontal=0;startSize=0;swimlaneHead=0;swimlaneBody=0;fillColor=default;collapsible=0;dropTarget=0;points=[[0,0.5],[1,0.5]];portConstraint=eastwest;top=0;left=0;right=0;bottom=0;html=1;labelBackgroundColor=none;labelBorderColor=none;swimlaneFillColor=none;" parent="161" vertex="1">
                    <mxGeometry y="90" width="280" height="30" as="geometry"/>
                </mxCell>
                <mxCell id="166" value="&lt;span style=&quot;font-weight: normal;&quot;&gt;FK&lt;/span&gt;" style="shape=partialRectangle;connectable=0;fillColor=default;top=0;left=0;bottom=0;right=0;fontStyle=1;overflow=hidden;html=1;whiteSpace=wrap;strokeWidth=1;shadow=0;strokeColor=default;perimeterSpacing=0;labelBackgroundColor=none;labelBorderColor=none;swimlaneFillColor=none;" parent="165" vertex="1">
                    <mxGeometry width="60" height="30" as="geometry">
                        <mxRectangle width="60" height="30" as="alternateBounds"/>
                    </mxGeometry>
                </mxCell>
                <mxCell id="167" value="T4T2_asset VARCHAR(50)" style="shape=partialRectangle;connectable=0;fillColor=default;top=0;left=0;bottom=0;right=0;align=left;spacingLeft=6;fontStyle=0;overflow=hidden;html=1;whiteSpace=wrap;strokeWidth=1;shadow=0;perimeterSpacing=0;labelBackgroundColor=none;labelBorderColor=none;swimlaneFillColor=none;" parent="165" vertex="1">
                    <mxGeometry x="60" width="220" height="30" as="geometry">
                        <mxRectangle width="220" height="30" as="alternateBounds"/>
                    </mxGeometry>
                </mxCell>
                <mxCell id="171" value="" style="shape=tableRow;horizontal=0;startSize=0;swimlaneHead=0;swimlaneBody=0;fillColor=default;collapsible=0;dropTarget=0;points=[[0,0.5],[1,0.5]];portConstraint=eastwest;top=0;left=0;right=0;bottom=0;html=1;labelBackgroundColor=none;labelBorderColor=none;swimlaneFillColor=none;" parent="161" vertex="1">
                    <mxGeometry y="120" width="280" height="30" as="geometry"/>
                </mxCell>
                <mxCell id="172" value="" style="shape=partialRectangle;connectable=0;fillColor=default;top=0;left=0;bottom=0;right=0;editable=1;overflow=hidden;html=1;whiteSpace=wrap;labelBackgroundColor=none;labelBorderColor=none;swimlaneFillColor=none;" parent="171" vertex="1">
                    <mxGeometry width="60" height="30" as="geometry">
                        <mxRectangle width="60" height="30" as="alternateBounds"/>
                    </mxGeometry>
                </mxCell>
                <mxCell id="173" value="T4_timereceive DATETIME" style="shape=partialRectangle;connectable=0;fillColor=default;top=0;left=0;bottom=0;right=0;align=left;spacingLeft=6;overflow=hidden;html=1;whiteSpace=wrap;labelBackgroundColor=none;labelBorderColor=none;swimlaneFillColor=none;" parent="171" vertex="1">
                    <mxGeometry x="60" width="220" height="30" as="geometry">
                        <mxRectangle width="220" height="30" as="alternateBounds"/>
                    </mxGeometry>
                </mxCell>
                <mxCell id="174" value="" style="shape=tableRow;horizontal=0;startSize=0;swimlaneHead=0;swimlaneBody=0;fillColor=default;collapsible=0;dropTarget=0;points=[[0,0.5],[1,0.5]];portConstraint=eastwest;top=0;left=0;right=0;bottom=0;html=1;labelBackgroundColor=none;labelBorderColor=none;swimlaneFillColor=none;" parent="161" vertex="1">
                    <mxGeometry y="150" width="280" height="30" as="geometry"/>
                </mxCell>
                <mxCell id="175" value="" style="shape=partialRectangle;connectable=0;fillColor=default;top=0;left=0;bottom=0;right=0;editable=1;overflow=hidden;html=1;whiteSpace=wrap;labelBackgroundColor=none;labelBorderColor=none;swimlaneFillColor=none;" parent="174" vertex="1">
                    <mxGeometry width="60" height="30" as="geometry">
                        <mxRectangle width="60" height="30" as="alternateBounds"/>
                    </mxGeometry>
                </mxCell>
                <mxCell id="176" value="T4_timereturn DATETIME" style="shape=partialRectangle;connectable=0;fillColor=default;top=0;left=0;bottom=0;right=0;align=left;spacingLeft=6;overflow=hidden;html=1;whiteSpace=wrap;labelBackgroundColor=none;labelBorderColor=none;swimlaneFillColor=none;" parent="174" vertex="1">
+                     <mxGeometry x="60" width="220" height="30" as="geometry">
+                         <mxRectangle width="220" height="30" as="alternateBounds"/>
+                     </mxGeometry>
+                 </mxCell>
+                 <mxCell id="236" value="" style="shape=tableRow;horizontal=0;startSize=0;swimlaneHead=0;swimlaneBody=0;fillColor=default;collapsible=0;dropTarget=0;points=[[0,0.5],[1,0.5]];portConstraint=eastwest;top=0;left=0;right=0;bottom=0;html=1;labelBackgroundColor=none;labelBorderColor=none;swimlaneFillColor=none;" vertex="1" parent="161">
+                     <mxGeometry y="180" width="280" height="30" as="geometry"/>
+                 </mxCell>
+                 <mxCell id="237" value="" style="shape=partialRectangle;connectable=0;fillColor=default;top=0;left=0;bottom=0;right=0;editable=1;overflow=hidden;html=1;whiteSpace=wrap;labelBackgroundColor=none;labelBorderColor=none;swimlaneFillColor=none;" vertex="1" parent="236">
+                     <mxGeometry width="60" height="30" as="geometry">
+                         <mxRectangle width="60" height="30" as="alternateBounds"/>
+                     </mxGeometry>
+                 </mxCell>
+                 <mxCell id="238" value="T4_status VARCHAR(40)" style="shape=partialRectangle;connectable=0;fillColor=default;top=0;left=0;bottom=0;right=0;align=left;spacingLeft=6;overflow=hidden;html=1;whiteSpace=wrap;labelBackgroundColor=none;labelBorderColor=none;swimlaneFillColor=none;" vertex="1" parent="236">
                    <mxGeometry x="60" width="220" height="30" as="geometry">
                        <mxRectangle width="220" height="30" as="alternateBounds"/>
                    </mxGeometry>
                </mxCell>
                <mxCell id="204" value="T5_book" style="shape=table;startSize=30;container=1;collapsible=1;childLayout=tableLayout;fixedRows=1;rowLines=0;fontStyle=1;align=center;resizeLast=1;html=1;whiteSpace=wrap;fillColor=default;fillStyle=solid;swimlaneFillColor=none;strokeColor=default;perimeterSpacing=0;swimlaneLine=1;shadow=0;strokeWidth=2;labelBorderColor=none;labelBackgroundColor=none;" parent="1" vertex="1">
                    <mxGeometry x="520" y="370" width="290" height="180" as="geometry"/>
                </mxCell>
                <mxCell id="205" value="" style="shape=tableRow;horizontal=0;startSize=0;swimlaneHead=0;swimlaneBody=0;fillColor=default;collapsible=0;dropTarget=0;points=[[0,0.5],[1,0.5]];portConstraint=eastwest;top=0;left=0;right=0;bottom=0;html=1;labelBackgroundColor=none;labelBorderColor=none;swimlaneFillColor=none;" parent="204" vertex="1">
                    <mxGeometry y="30" width="290" height="30" as="geometry"/>
                </mxCell>
                <mxCell id="206" value="PK" style="shape=partialRectangle;connectable=0;fillColor=default;top=0;left=0;bottom=0;right=0;fontStyle=1;overflow=hidden;html=1;whiteSpace=wrap;labelBackgroundColor=none;labelBorderColor=none;swimlaneFillColor=none;" parent="205" vertex="1">
                    <mxGeometry width="60" height="30" as="geometry">
                        <mxRectangle width="60" height="30" as="alternateBounds"/>
                    </mxGeometry>
                </mxCell>
                <mxCell id="207" value="T5_bookid VARCHAR(50)" style="shape=partialRectangle;connectable=0;fillColor=default;top=0;left=0;bottom=0;right=0;align=left;spacingLeft=6;fontStyle=1;overflow=hidden;html=1;whiteSpace=wrap;labelBackgroundColor=none;labelBorderColor=none;swimlaneFillColor=none;" parent="205" vertex="1">
                    <mxGeometry x="60" width="230" height="30" as="geometry">
                        <mxRectangle width="230" height="30" as="alternateBounds"/>
                    </mxGeometry>
                </mxCell>
                <mxCell id="208" value="" style="shape=tableRow;horizontal=0;startSize=0;swimlaneHead=0;swimlaneBody=0;fillColor=default;collapsible=0;dropTarget=0;points=[[0,0.5],[1,0.5]];portConstraint=eastwest;top=0;left=0;right=0;bottom=0;html=1;labelBackgroundColor=none;labelBorderColor=none;swimlaneFillColor=none;" parent="204" vertex="1">
                    <mxGeometry y="60" width="290" height="30" as="geometry"/>
                </mxCell>
                <mxCell id="209" value="FK" style="shape=partialRectangle;connectable=0;fillColor=default;top=0;left=0;bottom=0;right=0;editable=1;overflow=hidden;html=1;whiteSpace=wrap;labelBackgroundColor=none;labelBorderColor=none;swimlaneFillColor=none;" parent="208" vertex="1">
                    <mxGeometry width="60" height="30" as="geometry">
                        <mxRectangle width="60" height="30" as="alternateBounds"/>
                    </mxGeometry>
                </mxCell>
                <mxCell id="210" value="T5T3_requestid VARCHAR(50)" style="shape=partialRectangle;connectable=0;fillColor=default;top=0;left=0;bottom=0;right=0;align=left;spacingLeft=6;overflow=hidden;html=1;whiteSpace=wrap;labelBackgroundColor=none;labelBorderColor=none;swimlaneFillColor=none;" parent="208" vertex="1">
                    <mxGeometry x="60" width="230" height="30" as="geometry">
                        <mxRectangle width="230" height="30" as="alternateBounds"/>
                    </mxGeometry>
                </mxCell>
                <mxCell id="211" value="" style="shape=tableRow;horizontal=0;startSize=0;swimlaneHead=0;swimlaneBody=0;fillColor=default;collapsible=0;dropTarget=0;points=[[0,0.5],[1,0.5]];portConstraint=eastwest;top=0;left=0;right=0;bottom=0;html=1;labelBackgroundColor=none;labelBorderColor=none;swimlaneFillColor=none;" parent="204" vertex="1">
                    <mxGeometry y="90" width="290" height="30" as="geometry"/>
                </mxCell>
                <mxCell id="212" value="" style="shape=partialRectangle;connectable=0;fillColor=default;top=0;left=0;bottom=0;right=0;fontStyle=1;overflow=hidden;html=1;whiteSpace=wrap;strokeWidth=1;shadow=0;strokeColor=default;perimeterSpacing=0;labelBackgroundColor=none;labelBorderColor=none;swimlaneFillColor=none;" parent="211" vertex="1">
                    <mxGeometry width="60" height="30" as="geometry">
                        <mxRectangle width="60" height="30" as="alternateBounds"/>
                    </mxGeometry>
                </mxCell>
                <mxCell id="213" value="T5_asset JSON" style="shape=partialRectangle;connectable=0;fillColor=default;top=0;left=0;bottom=0;right=0;align=left;spacingLeft=6;fontStyle=0;overflow=hidden;html=1;whiteSpace=wrap;strokeWidth=1;shadow=0;perimeterSpacing=0;labelBackgroundColor=none;labelBorderColor=none;swimlaneFillColor=none;" parent="211" vertex="1">
                    <mxGeometry x="60" width="230" height="30" as="geometry">
                        <mxRectangle width="230" height="30" as="alternateBounds"/>
                    </mxGeometry>
                </mxCell>
                <mxCell id="217" value="" style="shape=tableRow;horizontal=0;startSize=0;swimlaneHead=0;swimlaneBody=0;fillColor=default;collapsible=0;dropTarget=0;points=[[0,0.5],[1,0.5]];portConstraint=eastwest;top=0;left=0;right=0;bottom=0;html=1;labelBackgroundColor=none;labelBorderColor=none;swimlaneFillColor=none;" parent="204" vertex="1">
                    <mxGeometry y="120" width="290" height="30" as="geometry"/>
                </mxCell>
                <mxCell id="218" value="" style="shape=partialRectangle;connectable=0;fillColor=default;top=0;left=0;bottom=0;right=0;editable=1;overflow=hidden;html=1;whiteSpace=wrap;labelBackgroundColor=none;labelBorderColor=none;swimlaneFillColor=none;" parent="217" vertex="1">
                    <mxGeometry width="60" height="30" as="geometry">
                        <mxRectangle width="60" height="30" as="alternateBounds"/>
                    </mxGeometry>
                </mxCell>
                <mxCell id="219" value="T5_timestart DATETIME" style="shape=partialRectangle;connectable=0;fillColor=default;top=0;left=0;bottom=0;right=0;align=left;spacingLeft=6;overflow=hidden;html=1;whiteSpace=wrap;labelBackgroundColor=none;labelBorderColor=none;swimlaneFillColor=none;" parent="217" vertex="1">
                    <mxGeometry x="60" width="230" height="30" as="geometry">
                        <mxRectangle width="230" height="30" as="alternateBounds"/>
                    </mxGeometry>
                </mxCell>
                <mxCell id="220" value="" style="shape=tableRow;horizontal=0;startSize=0;swimlaneHead=0;swimlaneBody=0;fillColor=default;collapsible=0;dropTarget=0;points=[[0,0.5],[1,0.5]];portConstraint=eastwest;top=0;left=0;right=0;bottom=0;html=1;labelBackgroundColor=none;labelBorderColor=none;swimlaneFillColor=none;" parent="204" vertex="1">
                    <mxGeometry y="150" width="290" height="30" as="geometry"/>
                </mxCell>
                <mxCell id="221" value="" style="shape=partialRectangle;connectable=0;fillColor=default;top=0;left=0;bottom=0;right=0;editable=1;overflow=hidden;html=1;whiteSpace=wrap;labelBackgroundColor=none;labelBorderColor=none;swimlaneFillColor=none;" parent="220" vertex="1">
                    <mxGeometry width="60" height="30" as="geometry">
                        <mxRectangle width="60" height="30" as="alternateBounds"/>
                    </mxGeometry>
                </mxCell>
                <mxCell id="222" value="T5&lt;span style=&quot;color: rgb(63, 63, 63); background-color: transparent;&quot;&gt;_timeend DATETIME&lt;/span&gt;" style="shape=partialRectangle;connectable=0;fillColor=default;top=0;left=0;bottom=0;right=0;align=left;spacingLeft=6;overflow=hidden;html=1;whiteSpace=wrap;labelBackgroundColor=none;labelBorderColor=none;swimlaneFillColor=none;" parent="220" vertex="1">
                    <mxGeometry x="60" width="230" height="30" as="geometry">
                        <mxRectangle width="230" height="30" as="alternateBounds"/>
                    </mxGeometry>
                </mxCell>
                <mxCell id="229" style="edgeStyle=orthogonalEdgeStyle;html=1;entryX=0;entryY=0.5;entryDx=0;entryDy=0;exitX=0;exitY=0.5;exitDx=0;exitDy=0;rounded=0;curved=0;strokeWidth=2;endArrow=ERzeroToMany;endFill=0;startArrow=ERmandOne;startFill=0;" parent="1" source="19" target="60" edge="1">
                    <mxGeometry relative="1" as="geometry">
                        <Array as="points">
                            <mxPoint x="190" y="575"/>
                            <mxPoint x="190" y="305"/>
                        </Array>
                    </mxGeometry>
                </mxCell>
                <mxCell id="232" style="edgeStyle=orthogonalEdgeStyle;shape=connector;curved=0;rounded=0;html=1;exitX=0;exitY=0.5;exitDx=0;exitDy=0;entryX=1;entryY=0.25;entryDx=0;entryDy=0;strokeColor=default;strokeWidth=2;align=center;verticalAlign=middle;fontFamily=Helvetica;fontSize=11;fontColor=default;labelBackgroundColor=default;endArrow=ERzeroToOne;startArrow=ERmandOne;startFill=0;endFill=0;" parent="1" source="73" target="204" edge="1">
                    <mxGeometry relative="1" as="geometry"/>
                </mxCell>
                <mxCell id="233" style="edgeStyle=orthogonalEdgeStyle;shape=connector;curved=0;rounded=0;html=1;exitX=1;exitY=0.5;exitDx=0;exitDy=0;entryX=1;entryY=0.5;entryDx=0;entryDy=0;strokeColor=default;strokeWidth=2;align=center;verticalAlign=middle;fontFamily=Helvetica;fontSize=11;fontColor=default;labelBackgroundColor=default;endArrow=ERzeroToOne;startArrow=ERmandOne;startFill=0;endFill=0;" parent="1" source="73" edge="1">
                    <mxGeometry relative="1" as="geometry">
                        <mxPoint x="1140" y="467" as="sourcePoint"/>
                        <mxPoint x="1140" y="187" as="targetPoint"/>
                        <Array as="points">
                            <mxPoint x="1170" y="545"/>
                            <mxPoint x="1170" y="187"/>
                        </Array>
                    </mxGeometry>
                </mxCell>
                <mxCell id="234" style="edgeStyle=orthogonalEdgeStyle;shape=connector;curved=0;rounded=0;html=1;entryX=0;entryY=0.5;entryDx=0;entryDy=0;strokeColor=default;strokeWidth=2;align=center;verticalAlign=middle;fontFamily=Helvetica;fontSize=11;fontColor=default;labelBackgroundColor=default;endArrow=ERzeroToMany;startArrow=ERoneToMany;startFill=0;endFill=0;" parent="1" source="35" target="165" edge="1">
                    <mxGeometry relative="1" as="geometry"/>
                </mxCell>
                <mxCell id="235" style="edgeStyle=orthogonalEdgeStyle;shape=connector;curved=0;rounded=0;html=1;entryX=0;entryY=0.5;entryDx=0;entryDy=0;strokeColor=default;strokeWidth=2;align=center;verticalAlign=middle;fontFamily=Helvetica;fontSize=11;fontColor=default;labelBackgroundColor=default;endArrow=ERzeroToMany;startArrow=ERmandOne;startFill=0;endFill=0;" parent="1" source="19" target="76" edge="1">
                    <mxGeometry relative="1" as="geometry"/>
                </mxCell>
            </root>
        </mxGraphModel>
    </diagram>
</mxfile>